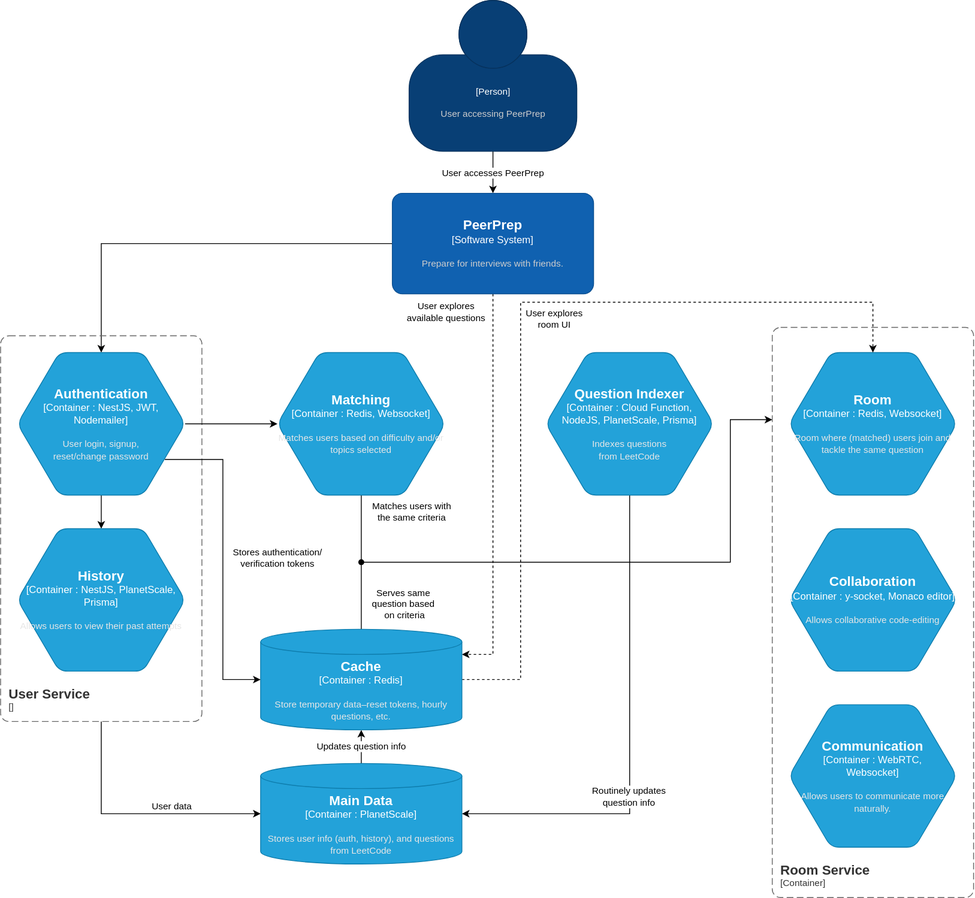
Earlier version of the draw.io export docs/cs3219-g42-c4-diagram.svg (CS3219-AY2223S1/cs3219-project-ay2223s1-g42). Source tidied: cells renumbered, new cells last; positions are measured from the earlier drawing's top-left corner, leaving out a move shared by most shapes.
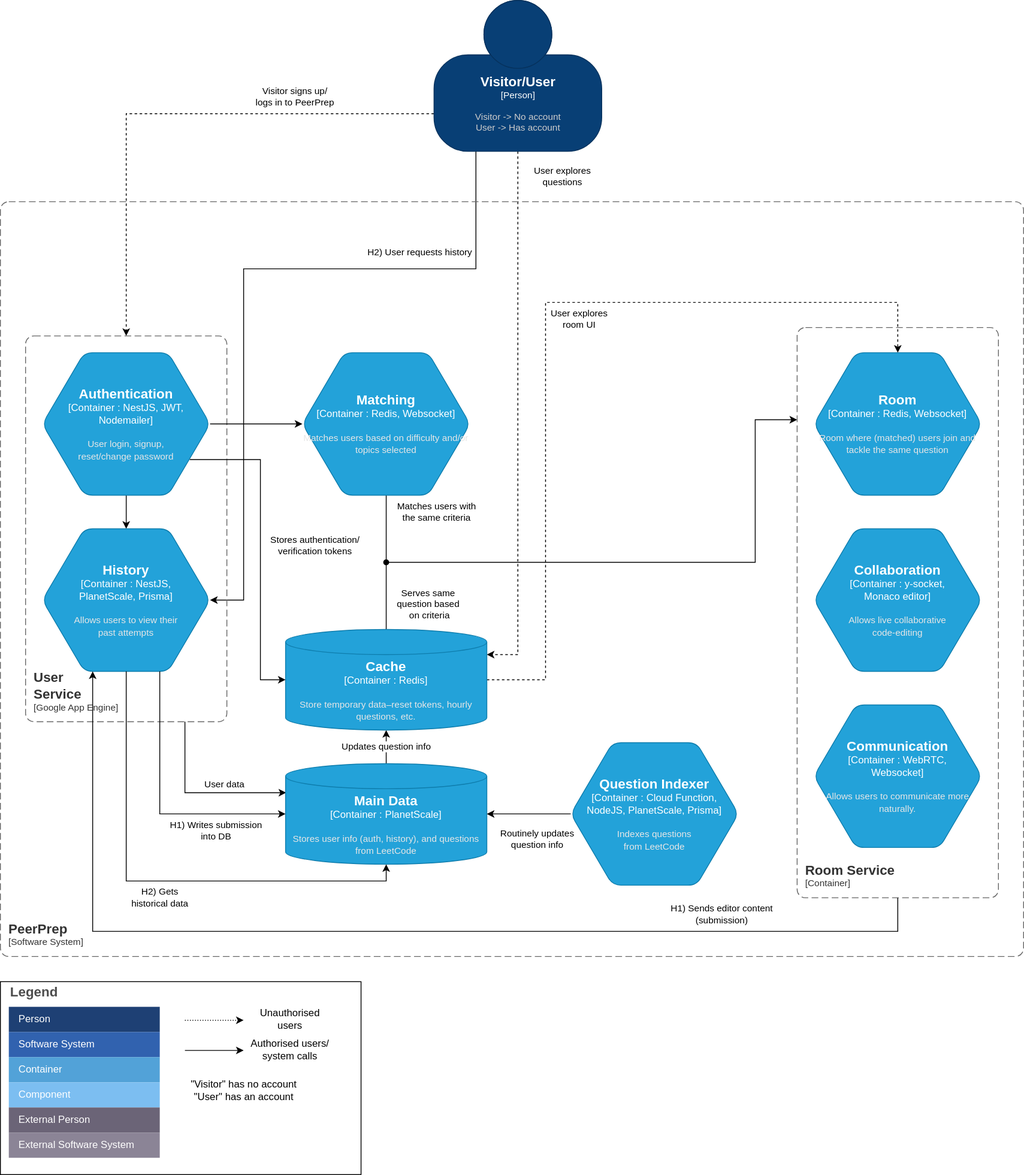
The same file after the commit.

Diff of the diagram source:
```diff
@@ -2,30 +2,31 @@
   <root>
     <mxCell id="0" />
     <mxCell id="1" parent="0" />
-    <mxCell id="2" value="User accesses PeerPrep" style="edgeStyle=orthogonalEdgeStyle;rounded=0;jettySize=auto;html=1;exitX=0.5;exitY=1;exitDx=0;exitDy=0;exitPerimeter=0;entryX=0.5;entryY=0;entryDx=0;entryDy=0;entryPerimeter=0;" parent="1" edge="1" source="3" target="7">
-      <mxGeometry relative="1" as="geometry" />
-    </mxCell>
+    <mxCell id="31" style="whiteSpace=wrap;html=1;" parent="1" vertex="1">
+      <mxGeometry x="-30" y="1170" width="430" height="230" as="geometry" />
+    </mxCell>
+    <mxCell id="32" value="Visitor signs up/&lt;br&gt;logs in to PeerPrep" style="edgeStyle=orthogonalEdgeStyle;rounded=0;html=1;exitX=0;exitY=0.75;exitDx=0;exitDy=0;exitPerimeter=0;dashed=1;" parent="1" edge="1" source="3">
+      <mxGeometry x="-0.48" y="-20" relative="1" as="geometry">
+        <mxPoint x="120" y="400" as="targetPoint" />
+      </mxGeometry>
+    </mxCell>
+    <mxCell id="33" value="User explores &lt;br&gt;questions" style="edgeStyle=orthogonalEdgeStyle;rounded=0;html=1;exitX=0.5;exitY=1;exitDx=0;exitDy=0;exitPerimeter=0;entryX=1;entryY=0.25;entryDx=0;entryDy=0;entryPerimeter=0;dashed=1;" parent="1" edge="1" source="3" target="27">
+      <mxGeometry x="-0.91" y="53" relative="1" as="geometry" />
+    </mxCell>
+    <mxCell id="34" value="H2) User requests history" style="edgeStyle=orthogonalEdgeStyle;rounded=0;html=1;exitX=0.25;exitY=1;exitDx=0;exitDy=0;exitPerimeter=0;entryX=1;entryY=0.5;entryDx=0;entryDy=0;entryPerimeter=0;endArrow=classic;endFill=1;" parent="1" edge="1" source="3" target="17">
+      <mxGeometry x="-0.51" y="-20" relative="1" as="geometry">
+        <Array as="points">
+          <mxPoint x="537" y="320" />
+          <mxPoint x="260" y="320" />
+          <mxPoint x="260" y="715" />
+        </Array>
+      </mxGeometry>
+    </mxCell>
-    <object id="3" label="&lt;font style=&quot;font-size: 16px&quot;&gt;&lt;b&gt;%c4Name%&lt;/b&gt;&lt;/font&gt;&lt;div&gt;[%c4Type%]&lt;/div&gt;&lt;br&gt;&lt;div&gt;&lt;font style=&quot;font-size: 11px&quot;&gt;&lt;font color=&quot;#cccccc&quot;&gt;%c4Description%&lt;/font&gt;&lt;/div&gt;" c4Description="User accessing PeerPrep" c4Name="" c4Type="Person" placeholders="1">
+    <object id="3" label="&lt;font style=&quot;font-size: 16px&quot;&gt;&lt;b&gt;%c4Name%&lt;/b&gt;&lt;/font&gt;&lt;div&gt;[%c4Type%]&lt;/div&gt;&lt;br&gt;&lt;div&gt;&lt;font style=&quot;font-size: 11px&quot;&gt;&lt;font color=&quot;#cccccc&quot;&gt;%c4Description%&lt;/font&gt;&lt;/div&gt;" c4Description="Visitor -&gt; No account&#10;User -&gt; Has account" c4Name="Visitor/User" c4Type="Person" placeholders="1">
       <mxCell style="html=1;fontSize=11;dashed=0;whitespace=wrap;fillColor=#083F75;strokeColor=#06315C;fontColor=#ffffff;shape=mxgraph.c4.person2;align=center;points=[[0.5,0,0],[1,0.5,0],[1,0.75,0],[0.75,1,0],[0.5,1,0],[0.25,1,0],[0,0.75,0],[0,0.5,0]];" parent="1" vertex="1">
         <mxGeometry x="487" width="200" height="180" as="geometry" />
       </mxCell>
     </object>
-    <mxCell id="4" style="edgeStyle=orthogonalEdgeStyle;rounded=0;jettySize=auto;html=1;exitX=0;exitY=0.5;exitDx=0;exitDy=0;exitPerimeter=0;entryX=0.5;entryY=0;entryDx=0;entryDy=0;entryPerimeter=0;" parent="1" edge="1" source="7" target="16">
-      <mxGeometry relative="1" as="geometry" />
-    </mxCell>
-    <mxCell id="5" style="edgeStyle=orthogonalEdgeStyle;rounded=0;jettySize=auto;html=1;exitX=0.5;exitY=1;exitDx=0;exitDy=0;exitPerimeter=0;entryX=1;entryY=0.25;entryDx=0;entryDy=0;entryPerimeter=0;startArrow=none;startFill=0;endArrow=classic;endFill=1;dashed=1;" parent="1" edge="1" source="7" target="27">
-      <mxGeometry relative="1" as="geometry" />
-    </mxCell>
-    <mxCell id="6" value="User explores &lt;br&gt;available questions" style="edgeLabel;html=1;align=center;verticalAlign=middle;" parent="5" vertex="1">
-      <mxGeometry x="-0.5" y="-3" relative="1" as="geometry">
-        <mxPoint x="-54" y="-96" as="offset" />
-      </mxGeometry>
-    </mxCell>
-    <object id="7" label="&lt;font style=&quot;font-size: 16px&quot;&gt;&lt;b&gt;%c4Name%&lt;/b&gt;&lt;/font&gt;&lt;div&gt;[%c4Type%]&lt;/div&gt;&lt;br&gt;&lt;div&gt;&lt;font style=&quot;font-size: 11px&quot;&gt;&lt;font color=&quot;#cccccc&quot;&gt;%c4Description%&lt;/font&gt;&lt;/div&gt;" c4Description="Prepare for interviews with friends." c4Name="PeerPrep" c4Type="Software System" placeholders="1">
-      <mxCell style="rounded=1;whiteSpace=wrap;html=1;labelBackgroundColor=none;fillColor=#1061B0;fontColor=#ffffff;align=center;arcSize=10;strokeColor=#0D5091;points=[[0.25,0,0],[0.5,0,0],[0.75,0,0],[1,0.25,0],[1,0.5,0],[1,0.75,0],[0.75,1,0],[0.5,1,0],[0.25,1,0],[0,0.75,0],[0,0.5,0],[0,0.25,0]];" parent="1" vertex="1">
-        <mxGeometry x="467" y="230" width="240" height="120" as="geometry" />
-      </mxCell>
-    </object>
     <mxCell id="8" value="Matches users with &lt;br&gt;the same criteria" style="edgeStyle=orthogonalEdgeStyle;rounded=0;jettySize=auto;html=1;exitX=0.5;exitY=1;exitDx=0;exitDy=0;exitPerimeter=0;startArrow=none;startFill=0;endArrow=classic;endFill=1;" parent="1" edge="1" source="9">
       <mxGeometry x="-0.62" y="60" relative="1" as="geometry">
         <mxPoint x="920" y="500" as="targetPoint" />
@@ -41,9 +42,12 @@
         <mxGeometry x="330" y="420" width="200" height="170" as="geometry" />
       </mxCell>
     </object>
-    <mxCell id="10" style="edgeStyle=orthogonalEdgeStyle;rounded=0;jettySize=auto;html=1;exitX=0;exitY=0.5;exitDx=0;exitDy=0;exitPerimeter=0;endArrow=none;endFill=0;startArrow=classic;startFill=1;" parent="1" edge="1" source="13">
+    <mxCell id="10" style="edgeStyle=orthogonalEdgeStyle;rounded=0;jettySize=auto;html=1;exitX=0.003;exitY=0.289;exitDx=0;exitDy=0;exitPerimeter=0;endArrow=none;endFill=0;startArrow=classic;startFill=1;" parent="1" edge="1" source="13">
       <mxGeometry relative="1" as="geometry">
-        <mxPoint x="120" y="860" as="targetPoint" />
+        <mxPoint x="190" y="860" as="targetPoint" />
+        <Array as="points">
+          <mxPoint x="190" y="945" />
+        </Array>
       </mxGeometry>
     </mxCell>
     <mxCell id="11" value="User data" style="edgeLabel;html=1;align=center;verticalAlign=middle;" parent="10" vertex="1">
@@ -70,12 +74,12 @@
         <mxGeometry x="20" y="20" width="200" height="170" as="geometry" />
       </mxCell>
     </object>
-    <object id="17" label="&lt;font style=&quot;font-size: 16px&quot;&gt;&lt;b&gt;%c4Type%&lt;/font&gt;&lt;div&gt;[%c4Container%:&amp;nbsp;%c4Technology%]&lt;/div&gt;&lt;br&gt;&lt;div&gt;&lt;font style=&quot;font-size: 11px&quot;&gt;&lt;font color=&quot;#E6E6E6&quot;&gt;%c4Description%&lt;/font&gt;&lt;/div&gt;" c4Container="Container " c4Description="Allows users to view their past attempts" c4Technology="NestJS, PlanetScale, Prisma" c4Type="History" placeholders="1">
+    <object id="17" label="&lt;font style=&quot;font-size: 16px&quot;&gt;&lt;b&gt;%c4Type%&lt;/font&gt;&lt;div&gt;[%c4Container%:&amp;nbsp;%c4Technology%]&lt;/div&gt;&lt;br&gt;&lt;div&gt;&lt;font style=&quot;font-size: 11px&quot;&gt;&lt;font color=&quot;#E6E6E6&quot;&gt;%c4Description%&lt;/font&gt;&lt;/div&gt;" c4Container="Container " c4Description="Allows users to view their &#10;past attempts" c4Technology="NestJS, &#10;PlanetScale, Prisma" c4Type="History" placeholders="1">
       <mxCell style="shape=hexagon;size=50;perimeter=hexagonPerimeter2;whiteSpace=wrap;html=1;fixedSize=1;rounded=1;labelBackgroundColor=none;fillColor=#23A2D9;fontSize=12;fontColor=#ffffff;align=center;strokeColor=#0E7DAD;points=[[0.5,0,0],[1,0.25,0],[1,0.5,0],[1,0.75,0],[0.5,1,0],[0,0.75,0],[0,0.5,0],[0,0.25,0]];" parent="14" vertex="1">
         <mxGeometry x="20" y="230" width="200" height="170" as="geometry" />
       </mxCell>
     </object>
-    <object id="18" label="&lt;font style=&quot;font-size: 16px&quot;&gt;&lt;b&gt;&lt;div style=&quot;text-align: left&quot;&gt;%c4Name%&lt;/div&gt;&lt;/b&gt;&lt;/font&gt;&lt;div style=&quot;text-align: left&quot;&gt;[%c4Application%]&lt;/div&gt;" c4Application="" c4Name="User Service" c4Type="ContainerScopeBoundary" placeholders="1">
+    <object id="18" label="&lt;font style=&quot;font-size: 16px&quot;&gt;&lt;b&gt;&lt;div style=&quot;text-align: left&quot;&gt;%c4Name%&lt;/div&gt;&lt;/b&gt;&lt;/font&gt;&lt;div style=&quot;text-align: left&quot;&gt;[%c4Application%]&lt;/div&gt;" c4Application="Google App Engine" c4Name="User &#10;Service" c4Type="ContainerScopeBoundary" placeholders="1">
       <mxCell style="rounded=1;fontSize=11;whiteSpace=wrap;html=1;dashed=1;arcSize=20;fillColor=none;strokeColor=#666666;fontColor=#333333;labelBackgroundColor=none;align=left;verticalAlign=bottom;labelBorderColor=none;spacingTop=0;spacing=10;dashPattern=8 4;perimeter=rectanglePerimeter;noLabel=0;labelPadding=0;absoluteArcSize=1;" parent="14" vertex="1">
         <mxGeometry width="240" height="460" as="geometry" />
       </mxCell>
@@ -88,7 +92,7 @@
         <mxGeometry x="20" y="30" width="200" height="170" as="geometry" />
       </mxCell>
     </object>
-    <object id="21" label="&lt;font style=&quot;font-size: 16px&quot;&gt;&lt;b&gt;%c4Type%&lt;/font&gt;&lt;div&gt;[%c4Container%:&amp;nbsp;%c4Technology%]&lt;/div&gt;&lt;br&gt;&lt;div&gt;&lt;font style=&quot;font-size: 11px&quot;&gt;&lt;font color=&quot;#E6E6E6&quot;&gt;%c4Description%&lt;/font&gt;&lt;/div&gt;" c4Container="Container " c4Description="Allows collaborative code-editing" c4Technology="y-socket, Monaco editor" c4Type="Collaboration" placeholders="1">
+    <object id="21" label="&lt;font style=&quot;font-size: 16px&quot;&gt;&lt;b&gt;%c4Type%&lt;/font&gt;&lt;div&gt;[%c4Container%:&amp;nbsp;%c4Technology%]&lt;/div&gt;&lt;br&gt;&lt;div&gt;&lt;font style=&quot;font-size: 11px&quot;&gt;&lt;font color=&quot;#E6E6E6&quot;&gt;%c4Description%&lt;/font&gt;&lt;/div&gt;" c4Container="Container " c4Description="Allows live collaborative &#10;code-editing" c4Technology="y-socket, &#10;Monaco editor" c4Type="Collaboration" placeholders="1">
       <mxCell style="shape=hexagon;size=50;perimeter=hexagonPerimeter2;whiteSpace=wrap;html=1;fixedSize=1;rounded=1;labelBackgroundColor=none;fillColor=#23A2D9;fontSize=12;fontColor=#ffffff;align=center;strokeColor=#0E7DAD;" parent="19" vertex="1">
         <mxGeometry x="20" y="240" width="200" height="170" as="geometry" />
       </mxCell>
@@ -125,16 +129,96 @@
         <mxGeometry x="310" y="750" width="240" height="120" as="geometry" />
       </mxCell>
     </object>
-    <mxCell id="28" value="Routinely updates &lt;br&gt;question info" style="edgeStyle=orthogonalEdgeStyle;rounded=0;jettySize=auto;html=1;exitX=0.5;exitY=1;exitDx=0;exitDy=0;exitPerimeter=0;entryX=1;entryY=0.5;entryDx=0;entryDy=0;entryPerimeter=0;startArrow=none;startFill=0;endArrow=classic;endFill=1;" parent="1" edge="1" source="29" target="13">
-      <mxGeometry x="0.32" y="-20" relative="1" as="geometry" />
+    <mxCell id="28" value="Routinely updates &lt;br&gt;question info" style="edgeStyle=orthogonalEdgeStyle;rounded=0;jettySize=auto;html=1;exitX=0;exitY=0.5;exitDx=0;exitDy=0;exitPerimeter=0;entryX=1;entryY=0.5;entryDx=0;entryDy=0;entryPerimeter=0;startArrow=none;startFill=0;endArrow=classic;endFill=1;" parent="1" edge="1" source="29" target="13">
+      <mxGeometry x="-0.2" y="30" relative="1" as="geometry" />
     </mxCell>
     <object id="29" label="&lt;font style=&quot;font-size: 16px&quot;&gt;&lt;b&gt;%c4Type%&lt;/font&gt;&lt;div&gt;[%c4Container%:&amp;nbsp;%c4Technology%]&lt;/div&gt;&lt;br&gt;&lt;div&gt;&lt;font style=&quot;font-size: 11px&quot;&gt;&lt;font color=&quot;#E6E6E6&quot;&gt;%c4Description%&lt;/font&gt;&lt;/div&gt;" c4Container="Container " c4Description="Indexes questions &#10;from LeetCode" c4Technology="Cloud Function, NodeJS, PlanetScale, Prisma" c4Type="Question Indexer" placeholders="1">
       <mxCell style="shape=hexagon;size=50;perimeter=hexagonPerimeter2;whiteSpace=wrap;html=1;fixedSize=1;rounded=1;labelBackgroundColor=none;fillColor=#23A2D9;fontSize=12;fontColor=#ffffff;align=center;strokeColor=#0E7DAD;points=[[0.5,0,0],[1,0.25,0],[1,0.5,0],[1,0.75,0],[0.5,1,0],[0,0.75,0],[0,0.5,0],[0,0.25,0]];" parent="1" vertex="1">
-        <mxGeometry x="650" y="420" width="200" height="170" as="geometry" />
+        <mxGeometry x="650" y="885" width="200" height="170" as="geometry" />
       </mxCell>
     </object>
     <mxCell id="30" value="Stores authentication/&lt;br&gt;verification tokens" style="edgeStyle=orthogonalEdgeStyle;rounded=0;jettySize=auto;html=1;exitX=0.879;exitY=0.75;exitDx=0;exitDy=0;exitPerimeter=0;entryX=0;entryY=0.5;entryDx=0;entryDy=0;entryPerimeter=0;startArrow=none;startFill=0;endArrow=classic;endFill=1;" parent="1" edge="1" source="16" target="27">
-      <mxGeometry x="-0.01" y="65" relative="1" as="geometry" />
+      <mxGeometry x="-0.01" y="65" relative="1" as="geometry">
+        <Array as="points">
+          <mxPoint x="280" y="548" />
+          <mxPoint x="280" y="810" />
+        </Array>
+      </mxGeometry>
     </mxCell>
+    <object id="35" label="&lt;font style=&quot;font-size: 16px&quot;&gt;&lt;b&gt;&lt;div style=&quot;text-align: left&quot;&gt;%c4Name%&lt;/div&gt;&lt;/b&gt;&lt;/font&gt;&lt;div style=&quot;text-align: left&quot;&gt;[%c4Application%]&lt;/div&gt;" c4Application="Software System" c4Name="PeerPrep" c4Type="SystemScopeBoundary" placeholders="1">
+      <mxCell style="rounded=1;fontSize=11;whiteSpace=wrap;html=1;dashed=1;arcSize=20;fillColor=none;strokeColor=#666666;fontColor=#333333;labelBackgroundColor=none;align=left;verticalAlign=bottom;labelBorderColor=none;spacingTop=0;spacing=10;dashPattern=8 4;perimeter=rectanglePerimeter;noLabel=0;labelPadding=0;absoluteArcSize=1;" parent="1" vertex="1">
+        <mxGeometry x="-30" y="240" width="1220" height="900" as="geometry" />
+      </mxCell>
+    </object>
+    <mxCell id="36" value="H1) Sends editor content &lt;br&gt;(submission)" style="edgeStyle=segmentEdgeStyle;endArrow=classic;html=1;rounded=0;" parent="1" edge="1">
+      <mxGeometry x="-0.62" y="-20" relative="1" as="geometry">
+        <mxPoint x="1040" y="1070" as="sourcePoint" />
+        <mxPoint x="80" y="800" as="targetPoint" />
+        <Array as="points">
+          <mxPoint x="1040" y="1110" />
+          <mxPoint x="80" y="1110" />
+        </Array>
+      </mxGeometry>
+    </mxCell>
+    <mxCell id="37" value="H1) Writes submission &lt;br&gt;into DB" style="edgeStyle=orthogonalEdgeStyle;rounded=0;html=1;entryX=0;entryY=0.5;entryDx=0;entryDy=0;entryPerimeter=0;" parent="1" edge="1" source="17" target="13">
+      <mxGeometry x="0.48" y="-20" relative="1" as="geometry">
+        <Array as="points">
+          <mxPoint x="160" y="970" />
+        </Array>
+      </mxGeometry>
+    </mxCell>
+    <mxCell id="38" value="Legend" style="align=left;fontSize=16;fontStyle=1;strokeColor=none;fillColor=none;fontColor=#4D4D4D;spacingTop=-8;" parent="1" vertex="1">
+      <mxGeometry x="-20" y="1170" width="180" height="30" as="geometry" />
+    </mxCell>
+    <mxCell id="39" style="shape=table;html=1;whiteSpace=wrap;startSize=0;fillColor=none;align=left;spacingLeft=10;strokeColor=none;rounded=1;arcSize=11;fontColor=#FFFFFF;" parent="1" vertex="1">
+      <mxGeometry x="-20" y="1200" width="180" height="180" as="geometry" />
+    </mxCell>
+    <mxCell id="40" value="Person" style="shape=partialRectangle;html=1;whiteSpace=wrap;fillColor=#1E4074;top=0;left=0;bottom=0;right=0;overflow=hidden;align=left;spacingLeft=10;strokeColor=none;fontColor=#FFFFFF;" parent="39" vertex="1">
+      <mxGeometry width="180" height="30" as="geometry" />
+    </mxCell>
+    <mxCell id="41" value="Software System" style="shape=partialRectangle;html=1;whiteSpace=wrap;fillColor=#3162AF;top=0;left=0;bottom=0;right=0;overflow=hidden;align=left;spacingLeft=10;fontColor=#FFFFFF;" parent="39" vertex="1">
+      <mxGeometry y="30" width="180" height="30" as="geometry" />
+    </mxCell>
+    <mxCell id="42" value="Container" style="shape=partialRectangle;html=1;whiteSpace=wrap;fillColor=#52A2D8;top=0;left=0;bottom=0;right=0;overflow=hidden;align=left;spacingLeft=10;fontColor=#FFFFFF;" parent="39" vertex="1">
+      <mxGeometry y="60" width="180" height="30" as="geometry" />
+    </mxCell>
+    <mxCell id="43" value="Component" style="shape=partialRectangle;html=1;whiteSpace=wrap;fillColor=#7CBEF1;top=0;left=0;bottom=0;right=0;overflow=hidden;align=left;spacingLeft=10;fontColor=#FFFFFF;" parent="39" vertex="1">
+      <mxGeometry y="90" width="180" height="30" as="geometry" />
+    </mxCell>
+    <mxCell id="44" value="External Person" style="shape=partialRectangle;html=1;whiteSpace=wrap;fillColor=#6B6477;top=0;left=0;bottom=0;right=0;overflow=hidden;align=left;spacingLeft=10;fontColor=#FFFFFF;" parent="39" vertex="1">
+      <mxGeometry y="120" width="180" height="30" as="geometry" />
+    </mxCell>
+    <mxCell id="45" value="External Software System" style="shape=partialRectangle;html=1;whiteSpace=wrap;fillColor=#8B8496;top=0;left=0;bottom=0;right=0;overflow=hidden;align=left;spacingLeft=10;fontColor=#FFFFFF;" parent="39" vertex="1">
+      <mxGeometry y="150" width="180" height="30" as="geometry" />
+    </mxCell>
+    <mxCell id="46" style="endArrow=classic;dashed=1;html=1;rounded=0;dashPattern=1 2;endFill=1;" parent="1" edge="1">
+      <mxGeometry relative="1" as="geometry">
+        <mxPoint x="190" y="1216" as="sourcePoint" />
+        <mxPoint x="260" y="1216" as="targetPoint" />
+      </mxGeometry>
+    </mxCell>
+    <mxCell id="47" value="Unauthorised&lt;br&gt;users" style="text;html=1;align=center;verticalAlign=middle;strokeColor=none;fillColor=none;" parent="1" vertex="1">
+      <mxGeometry x="270" y="1200" width="90" height="30" as="geometry" />
+    </mxCell>
+    <mxCell id="48" style="endArrow=classic;html=1;rounded=0;endFill=1;" parent="1" edge="1">
+      <mxGeometry relative="1" as="geometry">
+        <mxPoint x="190" y="1252" as="sourcePoint" />
+        <mxPoint x="260" y="1252" as="targetPoint" />
+      </mxGeometry>
+    </mxCell>
+    <mxCell id="49" value="Authorised users/&lt;br&gt;system calls" style="text;html=1;align=center;verticalAlign=middle;strokeColor=none;fillColor=none;" parent="1" vertex="1">
+      <mxGeometry x="260" y="1236" width="110" height="30" as="geometry" />
+    </mxCell>
+    <mxCell id="50" value="H2) Gets &lt;br&gt;historical data" style="edgeStyle=orthogonalEdgeStyle;rounded=0;html=1;exitX=0.5;exitY=1;exitDx=0;exitDy=0;exitPerimeter=0;entryX=0.5;entryY=1;entryDx=0;entryDy=0;entryPerimeter=0;endArrow=classic;endFill=1;" parent="1" edge="1" source="17" target="13">
+      <mxGeometry y="-20" relative="1" as="geometry">
+        <Array as="points">
+          <mxPoint x="120" y="1050" />
+          <mxPoint x="430" y="1050" />
+        </Array>
+      </mxGeometry>
+    </mxCell>
+    <mxCell id="51" value="&quot;Visitor&quot; has no account&lt;br&gt;&quot;User&quot; has an account" style="text;html=1;align=center;verticalAlign=middle;strokeColor=none;fillColor=none;" parent="1" vertex="1">
+      <mxGeometry x="190" y="1285" width="140" height="30" as="geometry" />
+    </mxCell>
   </root>
 </mxGraphModel>
```
